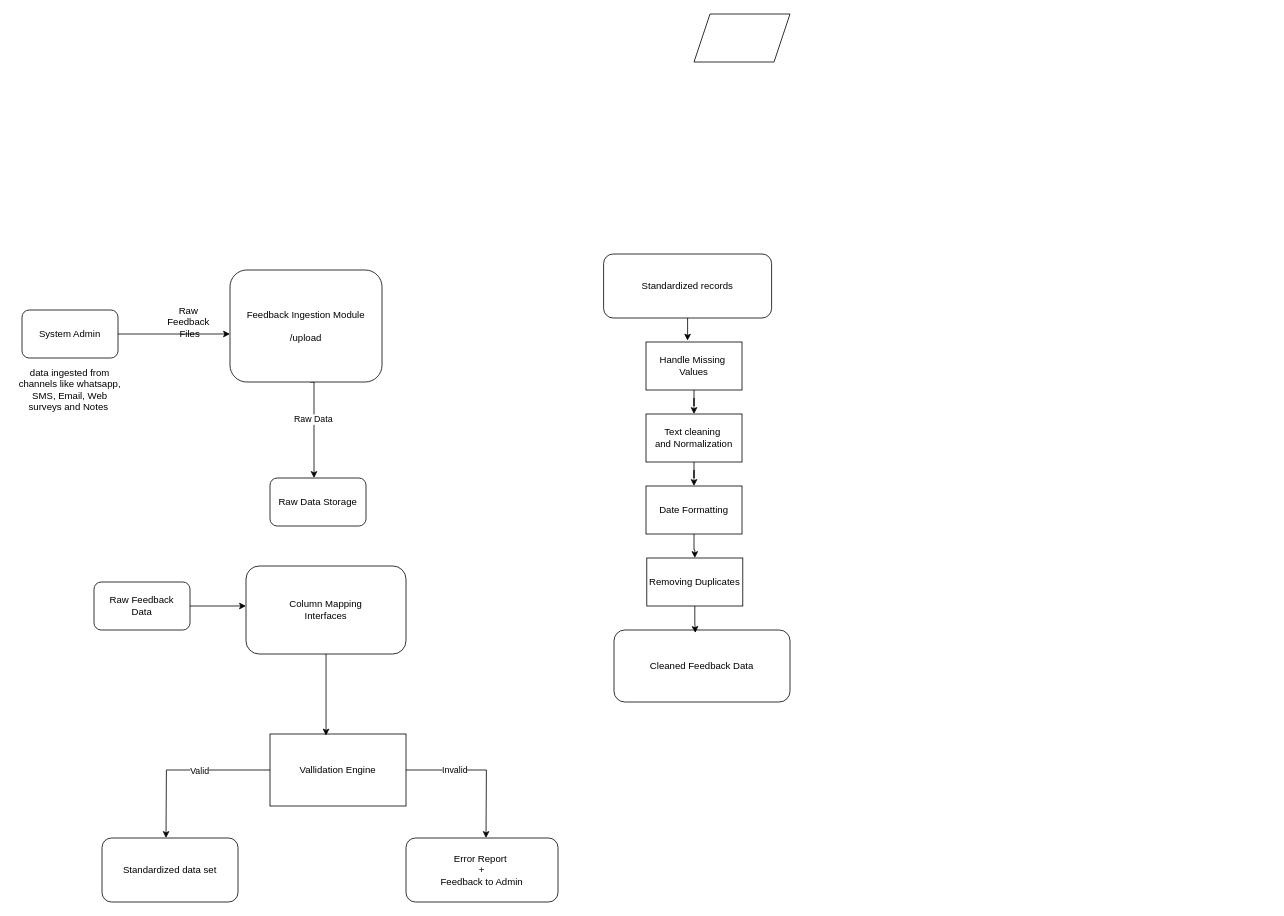
Before: Level1.drawio in clencyc/AimSoft-Feedback-Analysis, a draw.io diagram. Source tidied: cells renumbered, new cells numbered last; positions are measured from the earlier drawing's top-left corner, leaving out a move shared by most shapes. Both pictures are drawn from the tidied source at 80%, with x=0, y=0 at pixel (14, 14).
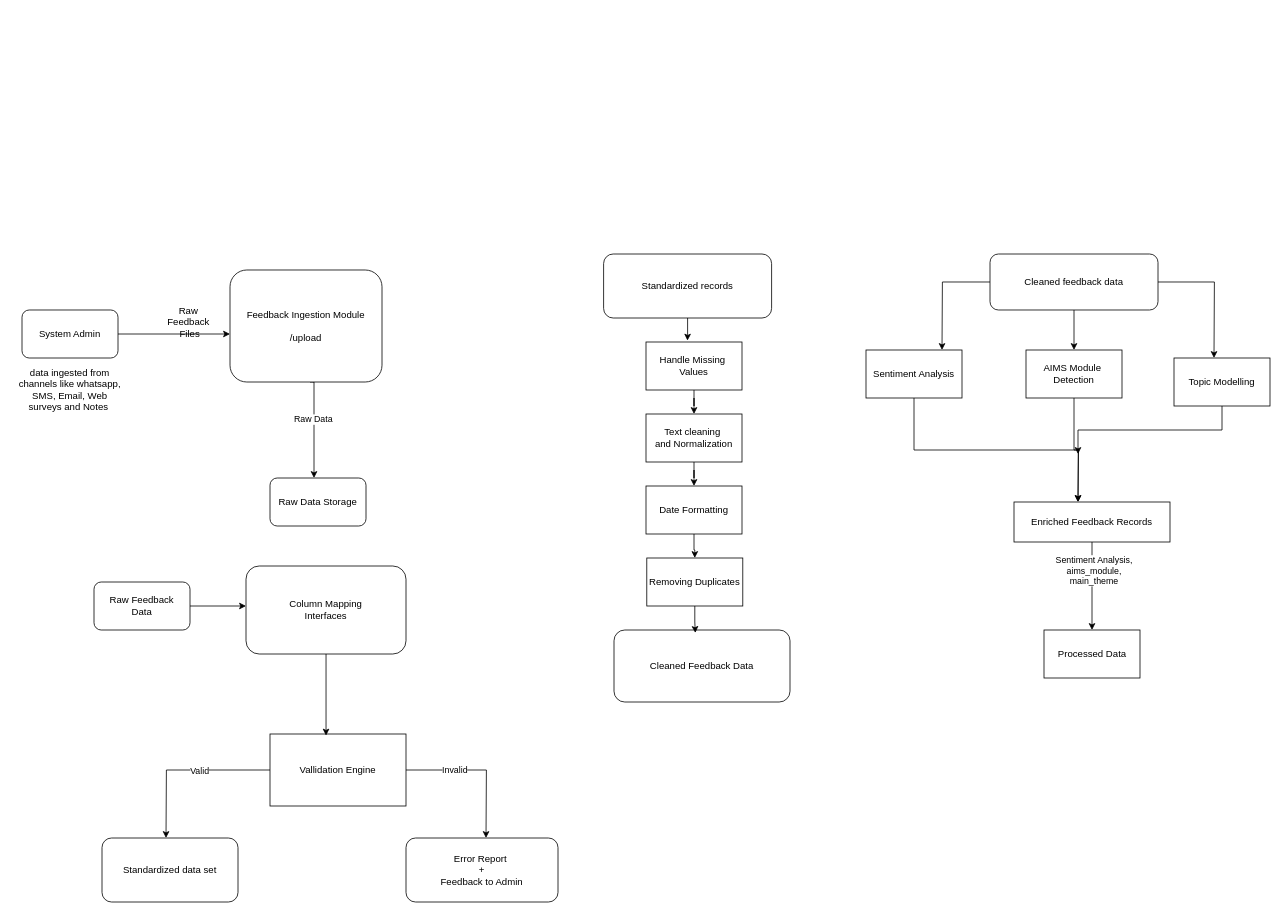
Above is the later version.

Commit message:
NLP Analysis Engine

The edit, as a diff of the source:
```diff
@@
-    <mxCell id="21" style="shape=parallelogram;perimeter=parallelogramPerimeter;whiteSpace=wrap;html=1;fixedSize=1;" parent="1" vertex="1">
-      <mxGeometry x="850" width="120" height="60" as="geometry" />
-    </mxCell>
@@
+    <mxCell id="33" style="edgeStyle=orthogonalEdgeStyle;rounded=0;jettySize=auto;html=1;" parent="1" edge="1" source="36">
+      <mxGeometry relative="1" as="geometry">
+        <mxPoint x="1160" y="420" as="targetPoint" />
+      </mxGeometry>
+    </mxCell>
+    <mxCell id="34" style="edgeStyle=orthogonalEdgeStyle;rounded=0;jettySize=auto;html=1;" parent="1" edge="1" source="36">
+      <mxGeometry relative="1" as="geometry">
+        <mxPoint x="1325" y="420" as="targetPoint" />
+      </mxGeometry>
+    </mxCell>
+    <mxCell id="35" style="edgeStyle=orthogonalEdgeStyle;rounded=0;jettySize=auto;html=1;exitX=1;exitY=0.5;exitDx=0;exitDy=0;" parent="1" edge="1" source="36">
+      <mxGeometry relative="1" as="geometry">
+        <mxPoint x="1500" y="430" as="targetPoint" />
+      </mxGeometry>
+    </mxCell>
+    <mxCell id="36" value="&lt;div&gt;Cleaned feedback data&lt;/div&gt;" style="rounded=1;whiteSpace=wrap;html=1;" parent="1" vertex="1">
+      <mxGeometry x="1220" y="300" width="210" height="70" as="geometry" />
+    </mxCell>
+    <mxCell id="37" style="edgeStyle=orthogonalEdgeStyle;rounded=0;jettySize=auto;html=1;exitX=0.5;exitY=1;exitDx=0;exitDy=0;" parent="1" edge="1" source="38">
+      <mxGeometry relative="1" as="geometry">
+        <mxPoint x="1330" y="610" as="targetPoint" />
+      </mxGeometry>
+    </mxCell>
+    <mxCell id="38" value="Sentiment Analysis" style="rounded=0;whiteSpace=wrap;html=1;" parent="1" vertex="1">
+      <mxGeometry x="1065" y="420" width="120" height="60" as="geometry" />
+    </mxCell>
+    <mxCell id="39" style="edgeStyle=orthogonalEdgeStyle;rounded=0;jettySize=auto;html=1;" parent="1" edge="1" source="40">
+      <mxGeometry relative="1" as="geometry">
+        <mxPoint x="1330" y="610" as="targetPoint" />
+      </mxGeometry>
+    </mxCell>
+    <mxCell id="40" value="&lt;div&gt;AIMS Module&amp;nbsp;&lt;/div&gt;&lt;div&gt;Detection&lt;/div&gt;" style="rounded=0;whiteSpace=wrap;html=1;" parent="1" vertex="1">
+      <mxGeometry x="1265" y="420" width="120" height="60" as="geometry" />
+    </mxCell>
+    <mxCell id="41" style="edgeStyle=orthogonalEdgeStyle;rounded=0;jettySize=auto;html=1;" parent="1" edge="1" source="42">
+      <mxGeometry relative="1" as="geometry">
+        <mxPoint x="1330" y="550" as="targetPoint" />
+        <Array as="points">
+          <mxPoint x="1510" y="520" />
+          <mxPoint x="1330" y="520" />
+        </Array>
+      </mxGeometry>
+    </mxCell>
+    <mxCell id="42" value="Topic Modelling" style="rounded=0;whiteSpace=wrap;html=1;" parent="1" vertex="1">
+      <mxGeometry x="1450" y="430" width="120" height="60" as="geometry" />
+    </mxCell>
+    <mxCell id="43" style="edgeStyle=orthogonalEdgeStyle;rounded=0;jettySize=auto;html=1;" parent="1" edge="1" source="45">
+      <mxGeometry relative="1" as="geometry">
+        <mxPoint x="1347.5" y="770" as="targetPoint" />
+      </mxGeometry>
+    </mxCell>
+    <mxCell id="44" value="&lt;div&gt;Sentiment Analysis,&lt;/div&gt;&lt;div&gt;aims_module,&lt;/div&gt;&lt;div&gt;main_theme&lt;/div&gt;" style="edgeLabel;html=1;align=center;verticalAlign=middle;" parent="43" vertex="1">
+      <mxGeometry x="-0.36" y="2" relative="1" as="geometry" />
+    </mxCell>
+    <mxCell id="45" value="Enriched Feedback Records" style="rounded=0;whiteSpace=wrap;html=1;" parent="1" vertex="1">
+      <mxGeometry x="1250" y="610" width="195" height="50" as="geometry" />
+    </mxCell>
+    <mxCell id="46" value="Processed Data" style="rounded=0;whiteSpace=wrap;html=1;" parent="1" vertex="1">
+      <mxGeometry x="1287.5" y="770" width="120" height="60" as="geometry" />
+    </mxCell>
```
